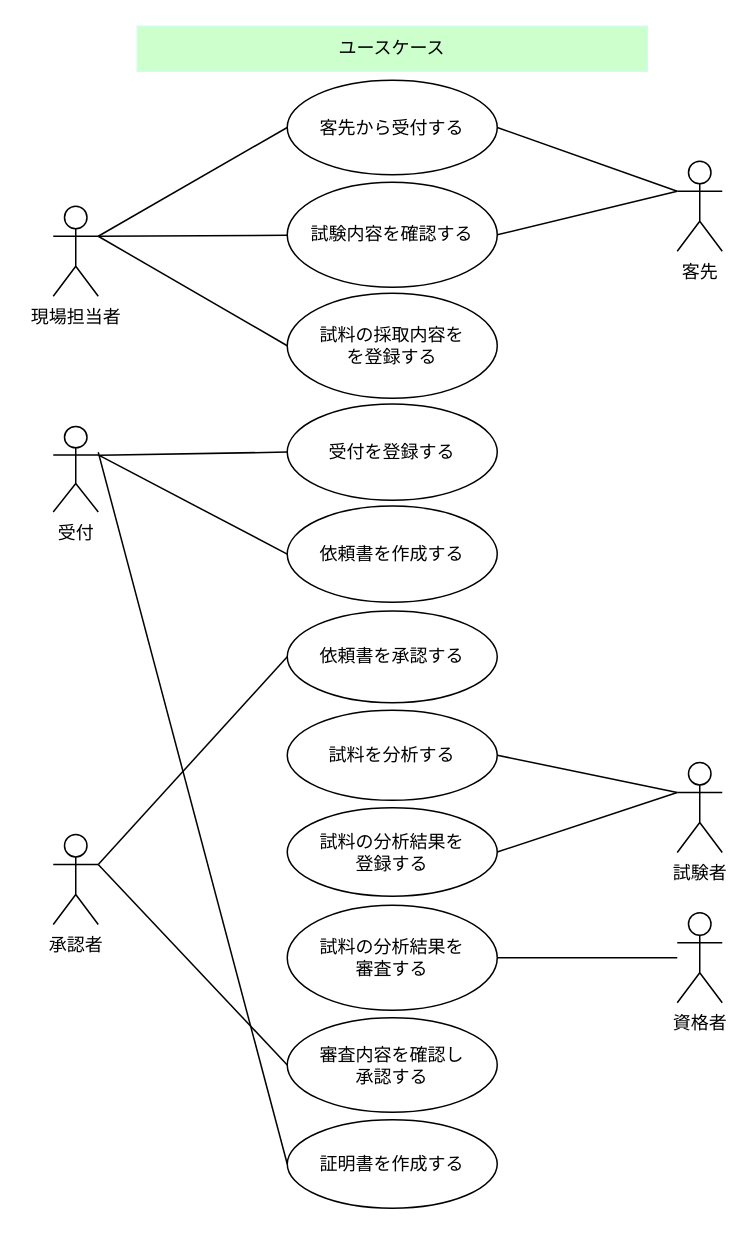
The draw.io diagram page "ユースケース図" (2 of 6) of 試料分析システム.drawio in kaoru387/draw.io, before the edit. Source tidied: cells renumbered, new cells numbered last; positions are measured from the earlier drawing's top-left corner, leaving out a move shared by most shapes. Both pictures are drawn from the tidied source at 150%, with x=0, y=0 at pixel (52, 26).
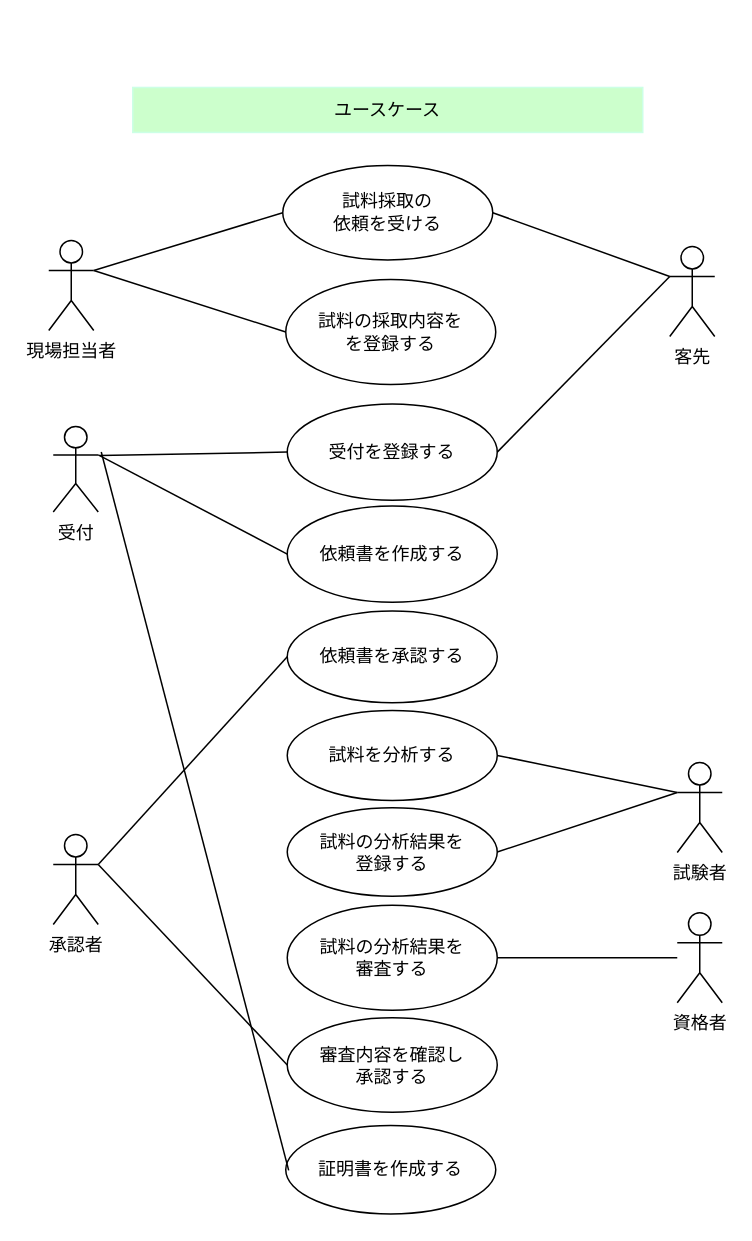
The same diagram, later.

Commit message:
試料分析システム.drawio を更新します

Unchanged cells that the change refers to:
```xml
<mxCell id="4" value="受付を登録する" style="ellipse;whiteSpace=wrap;html=1;" parent="1" vertex="1">
  <mxGeometry x="156" y="251.8" width="140" height="64.2" as="geometry" />
</mxCell>
```

What changed in the source:
```diff
@@
-    <mxCell id="2" value="客先から受付する" style="ellipse;whiteSpace=wrap;html=1;" parent="1" vertex="1">
-      <mxGeometry x="156" y="36" width="140" height="63" as="geometry" />
+    <mxCell id="2" value="試料採取の&lt;br&gt;依頼を受ける" style="ellipse;whiteSpace=wrap;html=1;" parent="1" vertex="1">
+      <mxGeometry x="153" y="92.8" width="140" height="63" as="geometry" />
     </mxCell>
-    <mxCell id="3" value="試験内容を確認する" style="ellipse;whiteSpace=wrap;html=1;" parent="1" vertex="1">
-      <mxGeometry x="156" y="104" width="140" height="70" as="geometry" />
-    </mxCell>
@@
     <mxCell id="6" value="試料を分析する" style="ellipse;whiteSpace=wrap;html=1;" parent="1" vertex="1">
-      <mxGeometry x="156" y="456" width="140" height="60" as="geometry" />
+      <mxGeometry x="156" y="456.1" width="140" height="60" as="geometry" />
     </mxCell>
@@
     <mxCell id="11" value="証明書を作成する" style="ellipse;whiteSpace=wrap;html=1;" parent="1" vertex="1">
-      <mxGeometry x="156" y="729" width="140" height="59" as="geometry" />
+      <mxGeometry x="155" y="732.8" width="140" height="59" as="geometry" />
     </mxCell>
@@
     <mxCell id="13" value="現場担当者" style="shape=umlActor;verticalLabelPosition=bottom;verticalAlign=top;html=1;" parent="1" vertex="1">
-      <mxGeometry y="120" width="30" height="60" as="geometry" />
+      <mxGeometry x="-3" y="142.8" width="30" height="60" as="geometry" />
     </mxCell>
@@
     <mxCell id="17" value="客先" style="shape=umlActor;verticalLabelPosition=bottom;verticalAlign=top;html=1;" parent="1" vertex="1">
-      <mxGeometry x="416" y="90" width="30" height="60" as="geometry" />
+      <mxGeometry x="411" y="146.8" width="30" height="60" as="geometry" />
     </mxCell>
@@
-    <mxCell id="19" style="endArrow=none;html=1;rounded=0;exitX=1;exitY=0.3333333333333333;exitDx=0;exitDy=0;exitPerimeter=0;" parent="1" edge="1" source="13" target="3">
-      <mxGeometry relative="1" as="geometry" />
-    </mxCell>
@@
-    <mxCell id="21" style="endArrow=none;html=1;rounded=0;exitX=1;exitY=0.5;exitDx=0;exitDy=0;entryX=0;entryY=0.3333333333333333;entryDx=0;entryDy=0;entryPerimeter=0;" parent="1" edge="1" source="3" target="17">
-      <mxGeometry relative="1" as="geometry" />
-    </mxCell>
     <mxCell id="22" value="試料の採取内容を&lt;br&gt;を登録する" style="ellipse;whiteSpace=wrap;html=1;" parent="1" vertex="1">
-      <mxGeometry x="156" y="178" width="140" height="70" as="geometry" />
+      <mxGeometry x="155" y="168.8" width="140" height="70" as="geometry" />
     </mxCell>
     <mxCell id="23" style="endArrow=none;html=1;rounded=0;entryX=0;entryY=0.5;entryDx=0;entryDy=0;" parent="1" edge="1" target="4">
       <mxGeometry relative="1" as="geometry">
-        <mxPoint x="31" y="286" as="sourcePoint" />
+        <mxPoint x="31" y="286.1" as="sourcePoint" />
       </mxGeometry>
     </mxCell>
@@
     <mxCell id="31" value="ユースケース" style="rounded=0;whiteSpace=wrap;html=1;fillColor=#CCFFCC;shadow=0;strokeColor=#CCFFE6;" parent="1" vertex="1">
-      <mxGeometry x="56" width="340" height="30" as="geometry" />
+      <mxGeometry x="53" y="40.8" width="340" height="30" as="geometry" />
     </mxCell>
-    <mxCell id="32" style="endArrow=none;html=1;rounded=0;entryX=0;entryY=0.5;entryDx=0;entryDy=0;" parent="1" edge="1" target="11">
+    <mxCell id="32" style="endArrow=none;html=1;rounded=0;entryX=0.014;entryY=0.508;entryDx=0;entryDy=0;entryPerimeter=0;" parent="1" edge="1" target="11">
       <mxGeometry relative="1" as="geometry">
-        <mxPoint x="30" y="284" as="sourcePoint" />
+        <mxPoint x="32" y="283.8" as="sourcePoint" />
       </mxGeometry>
     </mxCell>
+    <mxCell id="33" style="endArrow=none;html=1;rounded=0;exitX=1;exitY=0.5;exitDx=0;exitDy=0;entryX=0;entryY=0.3333333333333333;entryDx=0;entryDy=0;entryPerimeter=0;" parent="1" edge="1" source="4" target="17">
+      <mxGeometry relative="1" as="geometry" />
+    </mxCell>
```
